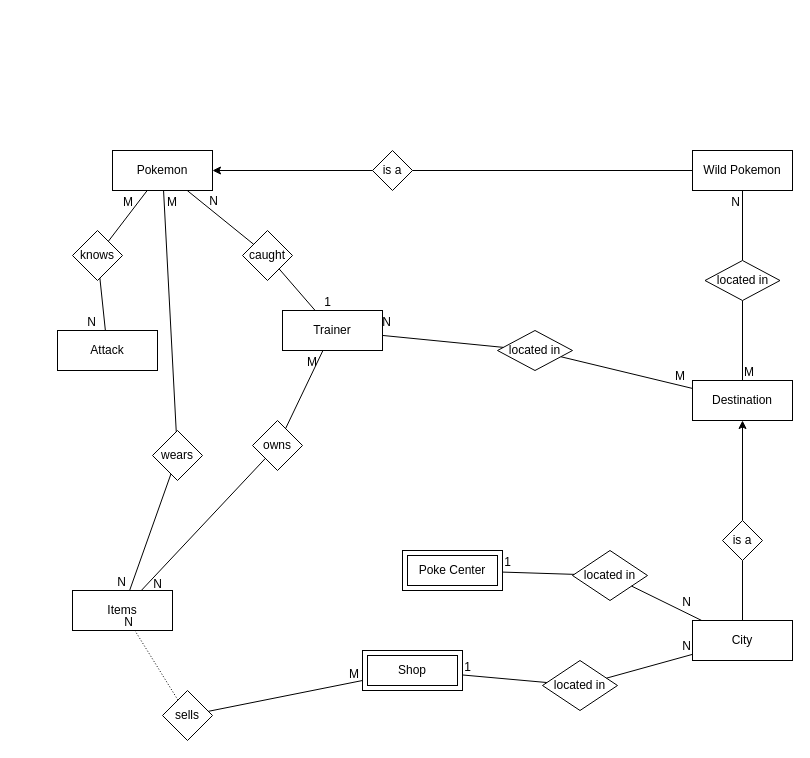
Above: Pokemon Scuffed Gray.drawio in mypictur3esforu/Pokemon-Scuffed-Grey (draw.io), before the change. Source tidied: cells renumbered, new cells numbered last; positions are measured from the earlier drawing's top-left corner, leaving out a move shared by most shapes. Both pictures are drawn from the tidied source at 100%, with x=0, y=0 at pixel (57, 150).
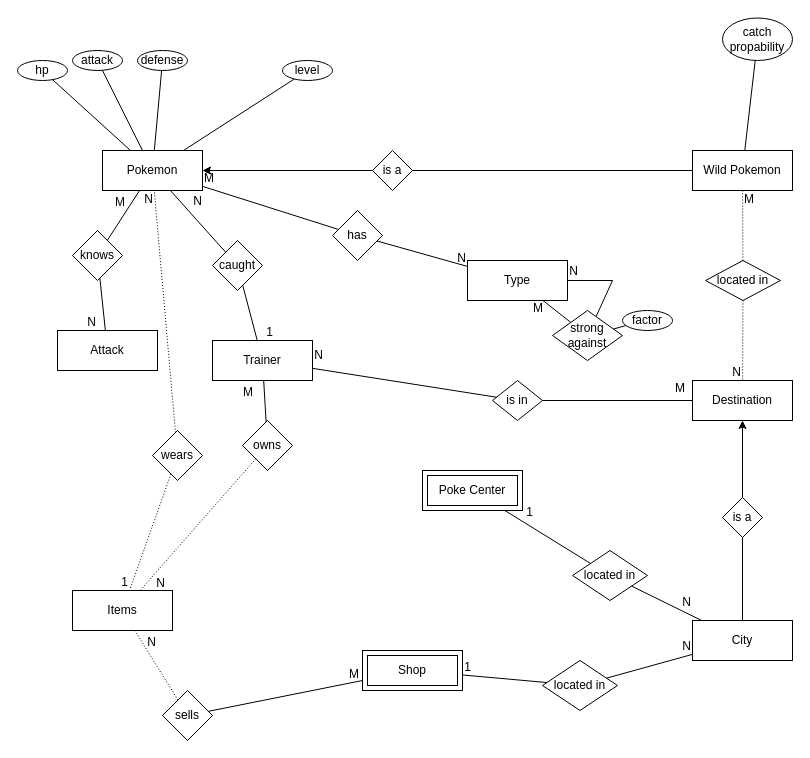
The same page after the edit.

Commit message (it also covers changes not shown here):
ERD Changes; Paar Beziehungen jetzt Optional

Unchanged cells that the change refers to:
```xml
<mxCell id="5" value="Wild Pokemon" style="whiteSpace=wrap;html=1;align=center;" parent="1" vertex="1">
  <mxGeometry x="635" width="100" height="40" as="geometry" />
</mxCell>
<mxCell id="7" value="Destination" style="whiteSpace=wrap;html=1;align=center;" parent="1" vertex="1">
  <mxGeometry x="635" y="230" width="100" height="40" as="geometry" />
</mxCell>
<mxCell id="19" value="Items" style="whiteSpace=wrap;html=1;align=center;" parent="1" vertex="1">
  <mxGeometry x="15" y="440" width="100" height="40" as="geometry" />
</mxCell>
<mxCell id="23" style="endArrow=none;html=1;rounded=0;" parent="1" edge="1" source="20" target="8">
  <mxGeometry relative="1" as="geometry" />
</mxCell>
<mxCell id="29" value="wears" style="shape=rhombus;perimeter=rhombusPerimeter;whiteSpace=wrap;html=1;align=center;" parent="1" vertex="1">
  <mxGeometry x="95" y="280" width="50" height="50" as="geometry" />
</mxCell>
<mxCell id="47" style="endArrow=none;html=1;rounded=0;" parent="1" edge="1" source="46" target="8">
  <mxGeometry relative="1" as="geometry" />
</mxCell>
<mxCell id="51" value="sells" style="shape=rhombus;perimeter=rhombusPerimeter;whiteSpace=wrap;html=1;align=center;" parent="1" vertex="1">
  <mxGeometry x="105" y="540" width="50" height="50" as="geometry" />
</mxCell>
<mxCell id="58" style="endArrow=none;html=1;rounded=0;" parent="1" edge="1" source="16" target="15">
  <mxGeometry relative="1" as="geometry" />
</mxCell>
```

Diff of the diagram source:
```diff
@@
     <mxCell id="4" value="Pokemon" style="whiteSpace=wrap;html=1;align=center;" parent="1" vertex="1">
-      <mxGeometry x="55" width="100" height="40" as="geometry" />
+      <mxGeometry x="45" width="100" height="40" as="geometry" />
     </mxCell>
@@
     <mxCell id="8" value="Trainer" style="whiteSpace=wrap;html=1;align=center;" parent="1" vertex="1">
-      <mxGeometry x="225" y="160" width="100" height="40" as="geometry" />
+      <mxGeometry x="155" y="190" width="100" height="40" as="geometry" />
     </mxCell>
@@
     <mxCell id="12" value="is a" style="shape=rhombus;perimeter=rhombusPerimeter;whiteSpace=wrap;html=1;align=center;" parent="1" vertex="1">
-      <mxGeometry x="665" y="370" width="40" height="40" as="geometry" />
+      <mxGeometry x="665" y="347" width="40" height="40" as="geometry" />
     </mxCell>
@@
     <mxCell id="14" value="caught" style="shape=rhombus;perimeter=rhombusPerimeter;whiteSpace=wrap;html=1;align=center;" parent="1" vertex="1">
-      <mxGeometry x="185" y="80" width="50" height="50" as="geometry" />
+      <mxGeometry x="155" y="90" width="50" height="50" as="geometry" />
     </mxCell>
     <mxCell id="15" value="Poke Center" style="shape=ext;margin=3;double=1;whiteSpace=wrap;html=1;align=center;" parent="1" vertex="1">
-      <mxGeometry x="345" y="400" width="100" height="40" as="geometry" />
+      <mxGeometry x="365" y="320" width="100" height="40" as="geometry" />
     </mxCell>
@@
     <mxCell id="20" value="owns" style="shape=rhombus;perimeter=rhombusPerimeter;whiteSpace=wrap;html=1;align=center;" parent="1" vertex="1">
-      <mxGeometry x="195" y="270" width="50" height="50" as="geometry" />
+      <mxGeometry x="185" y="270" width="50" height="50" as="geometry" />
     </mxCell>
-    <mxCell id="21" style="endArrow=none;html=1;rounded=0;" parent="1" edge="1" source="20" target="19">
-      <mxGeometry relative="1" as="geometry" />
-    </mxCell>
-    <mxCell id="22" value="N" style="html=1;whiteSpace=wrap;align=right;verticalAlign=bottom;" parent="21" vertex="1">
-      <mxGeometry x="1" relative="1" as="geometry">
-        <mxPoint x="22" y="2" as="offset" />
-      </mxGeometry>
-    </mxCell>
@@
     <mxCell id="24" value="M" style="html=1;whiteSpace=wrap;align=right;verticalAlign=bottom;" parent="23" vertex="1">
       <mxGeometry x="1" relative="1" as="geometry">
-        <mxPoint x="-5" y="20" as="offset" />
+        <mxPoint x="-9" y="20" as="offset" />
       </mxGeometry>
     </mxCell>
-    <mxCell id="25" style="endArrow=none;html=1;rounded=0;" parent="1" edge="1" source="29" target="19">
-      <mxGeometry relative="1" as="geometry" />
-    </mxCell>
-    <mxCell id="26" value="N" style="html=1;whiteSpace=wrap;align=right;verticalAlign=bottom;" parent="25" vertex="1">
-      <mxGeometry x="1" relative="1" as="geometry">
-        <mxPoint x="-2" as="offset" />
-      </mxGeometry>
-    </mxCell>
-    <mxCell id="27" style="endArrow=none;html=1;rounded=0;" parent="1" edge="1" source="4" target="29">
-      <mxGeometry relative="1" as="geometry" />
-    </mxCell>
-    <mxCell id="28" value="M" style="html=1;whiteSpace=wrap;align=left;verticalAlign=bottom;" parent="27" vertex="1">
-      <mxGeometry x="-1" relative="1" as="geometry">
-        <mxPoint x="2" y="20" as="offset" />
-      </mxGeometry>
-    </mxCell>
@@
-    <mxCell id="30" style="endArrow=none;html=1;rounded=0;" parent="1" edge="1" source="34" target="5">
-      <mxGeometry relative="1" as="geometry" />
-    </mxCell>
-    <mxCell id="31" value="N" style="html=1;whiteSpace=wrap;align=right;verticalAlign=bottom;" parent="30" vertex="1">
-      <mxGeometry x="1" relative="1" as="geometry">
-        <mxPoint x="-1" y="20" as="offset" />
-      </mxGeometry>
-    </mxCell>
-    <mxCell id="32" style="endArrow=none;html=1;rounded=0;" parent="1" edge="1" source="7" target="34">
-      <mxGeometry relative="1" as="geometry" />
-    </mxCell>
-    <mxCell id="33" value="M" style="html=1;whiteSpace=wrap;align=left;verticalAlign=bottom;" parent="32" vertex="1">
-      <mxGeometry x="-1" relative="1" as="geometry" />
-    </mxCell>
-    <mxCell id="34" value="located in" style="shape=rhombus;perimeter=rhombusPerimeter;whiteSpace=wrap;html=1;align=center;" parent="1" vertex="1">
-      <mxGeometry x="647.5" y="110" width="75" height="40" as="geometry" />
-    </mxCell>
@@
-    <mxCell id="46" value="located in" style="shape=rhombus;perimeter=rhombusPerimeter;whiteSpace=wrap;html=1;align=center;" parent="1" vertex="1">
-      <mxGeometry x="440" y="180" width="75" height="40" as="geometry" />
+    <mxCell id="46" value="is in" style="shape=rhombus;perimeter=rhombusPerimeter;whiteSpace=wrap;html=1;align=center;" parent="1" vertex="1">
+      <mxGeometry x="435" y="230" width="50" height="40" as="geometry" />
     </mxCell>
@@
     <mxCell id="48" value="N" style="html=1;whiteSpace=wrap;align=right;verticalAlign=bottom;" parent="47" vertex="1">
       <mxGeometry x="1" relative="1" as="geometry">
-        <mxPoint x="10" y="-5" as="offset" />
+        <mxPoint x="12" y="-5" as="offset" />
       </mxGeometry>
     </mxCell>
@@
-    <mxCell id="52" style="endArrow=none;html=1;rounded=0;dashed=1;dashPattern=1 2;" parent="1" edge="1" source="51" target="19">
+    <mxCell id="52" style="endArrow=none;html=1;rounded=0;dashed=1;dashPattern=1 2;" parent="1" edge="1" source="20" target="19">
       <mxGeometry relative="1" as="geometry" />
     </mxCell>
     <mxCell id="53" value="N" style="html=1;whiteSpace=wrap;align=right;verticalAlign=bottom;" parent="52" vertex="1">
-      <mxGeometry x="1" relative="1" as="geometry" />
+      <mxGeometry x="1" relative="1" as="geometry">
+        <mxPoint x="26" y="1" as="offset" />
+      </mxGeometry>
     </mxCell>
@@
     <mxCell id="59" value="1" style="html=1;whiteSpace=wrap;align=right;verticalAlign=bottom;" parent="58" vertex="1">
       <mxGeometry x="1" relative="1" as="geometry">
-        <mxPoint x="10" y="-2" as="offset" />
+        <mxPoint x="30" y="10" as="offset" />
       </mxGeometry>
     </mxCell>
@@
+    <mxCell id="62" value="Type" style="whiteSpace=wrap;html=1;align=center;" parent="1" vertex="1">
+      <mxGeometry x="410" y="110" width="100" height="40" as="geometry" />
+    </mxCell>
+    <mxCell id="63" style="endArrow=none;html=1;rounded=0;elbow=vertical;" parent="1" edge="1" source="68" target="62">
+      <mxGeometry relative="1" as="geometry" />
+    </mxCell>
+    <mxCell id="64" value="N" style="html=1;whiteSpace=wrap;align=right;verticalAlign=bottom;" parent="63" vertex="1">
+      <mxGeometry x="1" relative="1" as="geometry" />
+    </mxCell>
+    <mxCell id="65" style="edgeStyle=elbowEdgeStyle;shape=arrow;rounded=0;orthogonalLoop=1;jettySize=auto;elbow=vertical;html=1;exitX=0.5;exitY=1;exitDx=0;exitDy=0;" parent="1" edge="1" source="62" target="62">
+      <mxGeometry relative="1" as="geometry" />
+    </mxCell>
+    <mxCell id="66" style="endArrow=none;html=1;rounded=0;elbow=vertical;" parent="1" edge="1" source="4" target="68">
+      <mxGeometry relative="1" as="geometry" />
+    </mxCell>
+    <mxCell id="67" value="M" style="html=1;whiteSpace=wrap;align=left;verticalAlign=bottom;" parent="66" vertex="1">
+      <mxGeometry x="-1" relative="1" as="geometry" />
+    </mxCell>
+    <mxCell id="68" value="has" style="shape=rhombus;perimeter=rhombusPerimeter;whiteSpace=wrap;html=1;align=center;" parent="1" vertex="1">
+      <mxGeometry x="275" y="60" width="50" height="50" as="geometry" />
+    </mxCell>
+    <mxCell id="69" style="endArrow=none;html=1;rounded=0;elbow=vertical;" parent="1" edge="1" source="73" target="62">
+      <mxGeometry relative="1" as="geometry">
+        <Array as="points">
+          <mxPoint x="555" y="130" />
+        </Array>
+      </mxGeometry>
+    </mxCell>
+    <mxCell id="70" value="N" style="html=1;whiteSpace=wrap;align=right;verticalAlign=bottom;" parent="69" vertex="1">
+      <mxGeometry x="1" relative="1" as="geometry">
+        <mxPoint x="12" y="-1" as="offset" />
+      </mxGeometry>
+    </mxCell>
+    <mxCell id="71" style="endArrow=none;html=1;rounded=0;elbow=vertical;" parent="1" edge="1" source="62" target="73">
+      <mxGeometry relative="1" as="geometry" />
+    </mxCell>
+    <mxCell id="72" value="M" style="html=1;whiteSpace=wrap;align=left;verticalAlign=bottom;" parent="71" vertex="1">
+      <mxGeometry x="-1" relative="1" as="geometry">
+        <mxPoint x="-11" y="16" as="offset" />
+      </mxGeometry>
+    </mxCell>
+    <mxCell id="73" value="strong against" style="shape=rhombus;perimeter=rhombusPerimeter;whiteSpace=wrap;html=1;align=center;" parent="1" vertex="1">
+      <mxGeometry x="495" y="160" width="70" height="50" as="geometry" />
+    </mxCell>
+    <mxCell id="74" style="endArrow=none;html=1;rounded=0;dashed=1;dashPattern=1 2;elbow=vertical;" parent="1" edge="1" source="34" target="7">
+      <mxGeometry relative="1" as="geometry" />
+    </mxCell>
+    <mxCell id="75" value="N" style="html=1;whiteSpace=wrap;align=right;verticalAlign=bottom;" parent="74" vertex="1">
+      <mxGeometry x="1" relative="1" as="geometry" />
+    </mxCell>
+    <mxCell id="76" style="edgeStyle=elbowEdgeStyle;shape=arrow;rounded=0;orthogonalLoop=1;jettySize=auto;elbow=vertical;html=1;exitX=1;exitY=1;exitDx=0;exitDy=0;" parent="1" edge="1" source="34" target="34">
+      <mxGeometry relative="1" as="geometry" />
+    </mxCell>
+    <mxCell id="77" style="endArrow=none;html=1;rounded=0;dashed=1;dashPattern=1 2;elbow=vertical;" parent="1" edge="1" source="5" target="34">
+      <mxGeometry relative="1" as="geometry" />
+    </mxCell>
+    <mxCell id="78" value="M" style="html=1;whiteSpace=wrap;align=left;verticalAlign=bottom;" parent="77" vertex="1">
+      <mxGeometry x="-1" relative="1" as="geometry">
+        <mxPoint y="17" as="offset" />
+      </mxGeometry>
+    </mxCell>
+    <mxCell id="34" value="located in" style="shape=rhombus;perimeter=rhombusPerimeter;whiteSpace=wrap;html=1;align=center;" parent="1" vertex="1">
+      <mxGeometry x="648" y="110" width="75" height="40" as="geometry" />
+    </mxCell>
+    <mxCell id="79" style="endArrow=none;html=1;rounded=0;dashed=1;dashPattern=1 2;elbow=vertical;" parent="1" edge="1" source="29" target="4">
+      <mxGeometry relative="1" as="geometry" />
+    </mxCell>
+    <mxCell id="80" value="N" style="html=1;whiteSpace=wrap;align=right;verticalAlign=bottom;" parent="79" vertex="1">
+      <mxGeometry x="1" relative="1" as="geometry">
+        <mxPoint y="17" as="offset" />
+      </mxGeometry>
+    </mxCell>
+    <mxCell id="25" style="endArrow=none;html=1;rounded=0;dashed=1;dashPattern=1 2;elbow=vertical;" parent="1" edge="1" source="29" target="19">
+      <mxGeometry relative="1" as="geometry" />
+    </mxCell>
+    <mxCell id="81" value="1" style="html=1;whiteSpace=wrap;align=right;verticalAlign=bottom;" parent="25" vertex="1">
+      <mxGeometry x="1" relative="1" as="geometry" />
+    </mxCell>
+    <mxCell id="82" style="endArrow=none;html=1;rounded=0;dashed=1;dashPattern=1 2;elbow=vertical;" parent="1" edge="1" source="51" target="19">
+      <mxGeometry relative="1" as="geometry" />
+    </mxCell>
+    <mxCell id="83" value="N" style="html=1;whiteSpace=wrap;align=right;verticalAlign=bottom;" parent="82" vertex="1">
+      <mxGeometry x="1" relative="1" as="geometry">
+        <mxPoint x="23" y="20" as="offset" />
+      </mxGeometry>
+    </mxCell>
+    <mxCell id="84" value="factor" style="ellipse;whiteSpace=wrap;html=1;align=center;" parent="1" vertex="1">
+      <mxGeometry x="565" y="160" width="50" height="20" as="geometry" />
+    </mxCell>
+    <mxCell id="85" style="endArrow=none;html=1;rounded=0;elbow=vertical;" parent="1" edge="1" source="84" target="73">
+      <mxGeometry relative="1" as="geometry" />
+    </mxCell>
+    <mxCell id="86" value="hp" style="ellipse;whiteSpace=wrap;html=1;align=center;" parent="1" vertex="1">
+      <mxGeometry x="-40" y="-90" width="50" height="20" as="geometry" />
+    </mxCell>
+    <mxCell id="87" style="endArrow=none;html=1;rounded=0;elbow=vertical;" parent="1" edge="1" source="86" target="4">
+      <mxGeometry relative="1" as="geometry" />
+    </mxCell>
+    <mxCell id="88" value="attack" style="ellipse;whiteSpace=wrap;html=1;align=center;" parent="1" vertex="1">
+      <mxGeometry x="15" y="-100" width="50" height="20" as="geometry" />
+    </mxCell>
+    <mxCell id="89" style="endArrow=none;html=1;rounded=0;elbow=vertical;" parent="1" edge="1" source="88" target="4">
+      <mxGeometry relative="1" as="geometry" />
+    </mxCell>
+    <mxCell id="90" value="defense" style="ellipse;whiteSpace=wrap;html=1;align=center;" parent="1" vertex="1">
+      <mxGeometry x="80" y="-100" width="50" height="20" as="geometry" />
+    </mxCell>
+    <mxCell id="91" style="endArrow=none;html=1;rounded=0;elbow=vertical;" parent="1" edge="1" source="90" target="4">
+      <mxGeometry relative="1" as="geometry" />
+    </mxCell>
+    <mxCell id="92" value="catch&lt;div&gt;propability&lt;/div&gt;" style="ellipse;whiteSpace=wrap;html=1;align=center;" parent="1" vertex="1">
+      <mxGeometry x="665" y="-132.5" width="70" height="42.5" as="geometry" />
+    </mxCell>
+    <mxCell id="93" style="endArrow=none;html=1;rounded=0;elbow=vertical;" parent="1" edge="1" source="92" target="5">
+      <mxGeometry relative="1" as="geometry" />
+    </mxCell>
+    <mxCell id="94" value="level" style="ellipse;whiteSpace=wrap;html=1;align=center;" parent="1" vertex="1">
+      <mxGeometry x="225" y="-90" width="50" height="20" as="geometry" />
+    </mxCell>
+    <mxCell id="95" style="endArrow=none;html=1;rounded=0;elbow=vertical;" parent="1" edge="1" source="94" target="4">
+      <mxGeometry relative="1" as="geometry" />
+    </mxCell>
```
